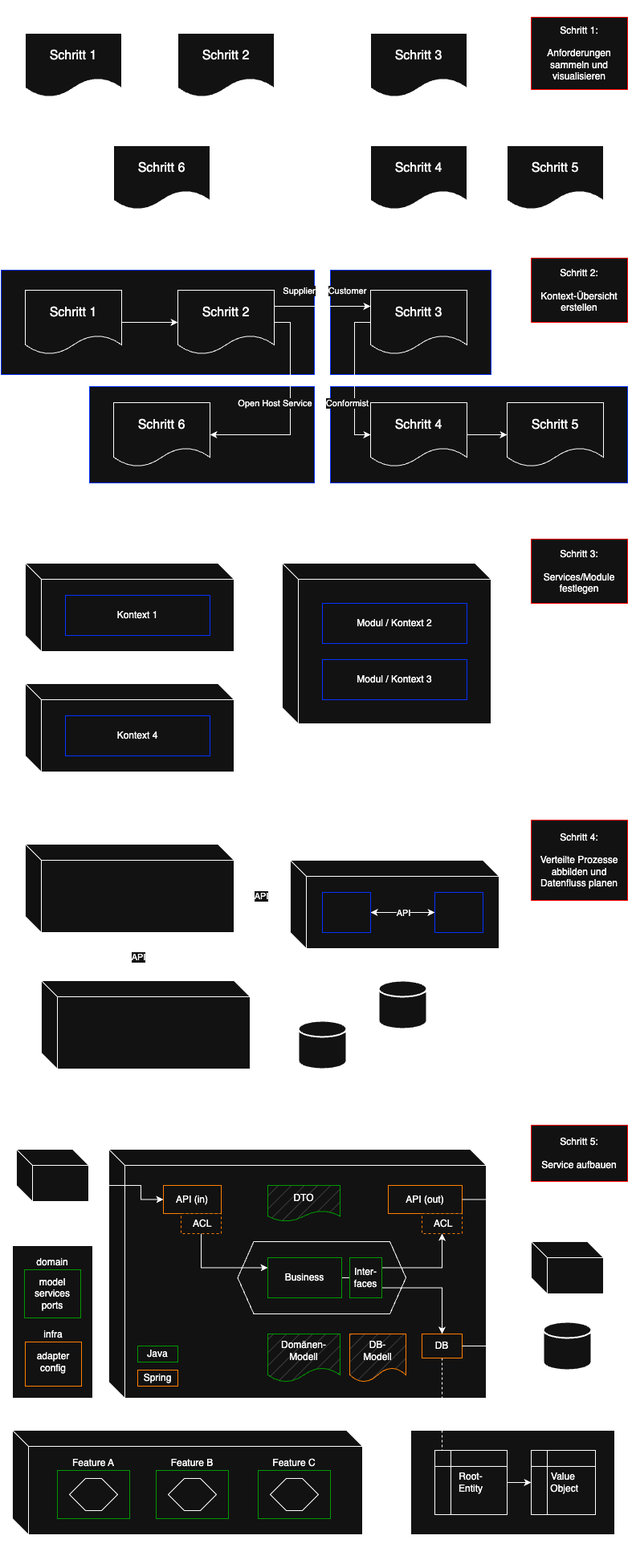
Above: images/software-architecture-guide-all-steps.drawio.png in coc-university/software-architecture-guide (draw.io), before the change. Source tidied: cells renumbered, new cells last; positions are measured from the earlier drawing's top-left corner, leaving out a move shared by most shapes.
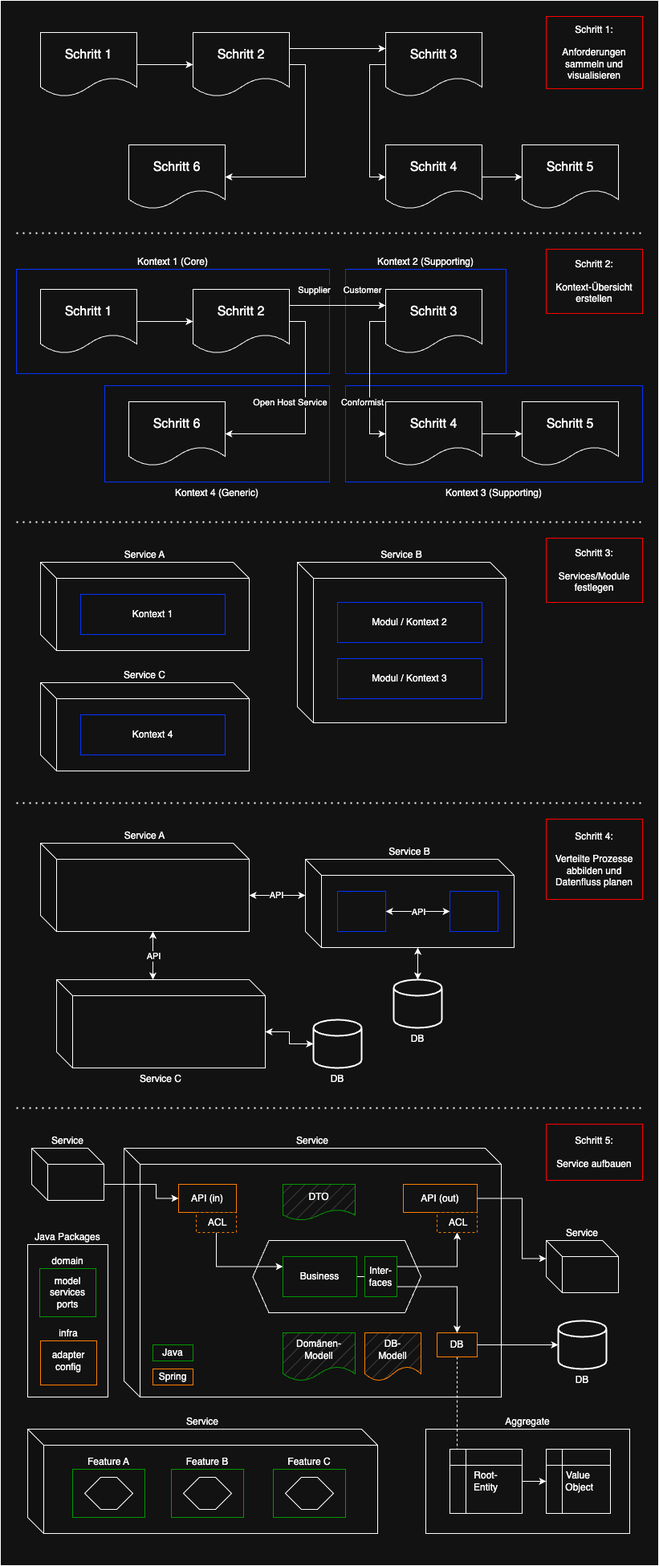
The same diagram one commit later.

What changed in the source:
```diff
@@ -2,6 +2,9 @@
   <root>
     <mxCell id="0" />
     <mxCell id="1" parent="0" />
+    <mxCell id="106" style="rounded=0;whiteSpace=wrap;html=1;" parent="1" vertex="1">
+      <mxGeometry x="-20" width="820" height="1950" as="geometry" />
+    </mxCell>
     <mxCell id="2" value="Service B" style="shape=cube;whiteSpace=wrap;html=1;boundedLbl=1;backgroundOutline=1;darkOpacity=0.05;darkOpacity2=0.1;labelPosition=center;verticalLabelPosition=top;align=center;verticalAlign=bottom;" parent="1" vertex="1">
       <mxGeometry x="350" y="700" width="260" height="200" as="geometry" />
     </mxCell>
@@ -59,12 +62,6 @@
     <mxCell id="20" value="DB" style="strokeWidth=2;html=1;shape=mxgraph.flowchart.database;whiteSpace=wrap;labelPosition=center;verticalLabelPosition=bottom;align=center;verticalAlign=top;" parent="1" vertex="1">
       <mxGeometry x="470" y="1220" width="60" height="60" as="geometry" />
     </mxCell>
-    <mxCell id="21" style="endArrow=none;dashed=1;html=1;dashPattern=1 3;strokeWidth=2;rounded=0;" parent="1" edge="1">
-      <mxGeometry relative="1" as="geometry">
-        <mxPoint as="sourcePoint" />
-        <mxPoint x="780" as="targetPoint" />
-      </mxGeometry>
-    </mxCell>
     <mxCell id="22" value="Schritt 6" style="shape=document;whiteSpace=wrap;html=1;boundedLbl=1;fontSize=16;" parent="1" vertex="1">
       <mxGeometry x="140" y="180" width="120" height="80" as="geometry" />
     </mxCell>
@@ -73,8 +70,8 @@
     </mxCell>
     <mxCell id="24" style="endArrow=none;dashed=1;html=1;dashPattern=1 3;strokeWidth=2;rounded=0;" parent="1" edge="1">
       <mxGeometry relative="1" as="geometry">
-        <mxPoint y="300" as="sourcePoint" />
-        <mxPoint x="780" y="300" as="targetPoint" />
+        <mxPoint y="290" as="sourcePoint" />
+        <mxPoint x="780" y="290" as="targetPoint" />
       </mxGeometry>
     </mxCell>
     <mxCell id="25" style="edgeStyle=orthogonalEdgeStyle;rounded=0;jettySize=auto;html=1;exitX=1;exitY=0.5;exitDx=0;exitDy=0;entryX=0;entryY=0.5;entryDx=0;entryDy=0;" parent="1" edge="1" source="26" target="32">
@@ -149,8 +146,8 @@
     </mxCell>
     <mxCell id="43" style="endArrow=none;dashed=1;html=1;dashPattern=1 3;strokeWidth=2;rounded=0;" parent="1" edge="1">
       <mxGeometry relative="1" as="geometry">
-        <mxPoint x="4" y="1000" as="sourcePoint" />
-        <mxPoint x="784" y="1000" as="targetPoint" />
+        <mxPoint y="1000" as="sourcePoint" />
+        <mxPoint x="780" y="1000" as="targetPoint" />
       </mxGeometry>
     </mxCell>
     <mxCell id="44" value="Service A" style="shape=cube;whiteSpace=wrap;html=1;boundedLbl=1;backgroundOutline=1;darkOpacity=0.05;darkOpacity2=0.1;labelPosition=center;verticalLabelPosition=top;align=center;verticalAlign=bottom;" parent="1" vertex="1">
@@ -189,7 +186,7 @@
       <mxGeometry x="660" y="20" width="120" height="90" as="geometry" />
     </mxCell>
     <mxCell id="54" value="&lt;div&gt;Schritt 2:&lt;/div&gt;&lt;div&gt;&lt;br&gt;&lt;/div&gt;Kontext-Übersicht erstellen" style="rounded=0;whiteSpace=wrap;html=1;strokeColor=#FF0000;" parent="1" vertex="1">
-      <mxGeometry x="660" y="320" width="120" height="80" as="geometry" />
+      <mxGeometry x="660" y="310" width="120" height="80" as="geometry" />
     </mxCell>
     <mxCell id="55" value="Schritt 3:&lt;div&gt;&lt;br&gt;&lt;div&gt;Services/Module&lt;div&gt;festlegen&lt;/div&gt;&lt;/div&gt;&lt;/div&gt;" style="rounded=0;whiteSpace=wrap;html=1;strokeColor=#FF0000;" parent="1" vertex="1">
       <mxGeometry x="660" y="670" width="120" height="80" as="geometry" />
@@ -342,12 +339,6 @@
     <mxCell id="99" style="shape=hexagon;perimeter=hexagonPerimeter2;whiteSpace=wrap;html=1;fixedSize=1;" parent="1" vertex="1">
       <mxGeometry x="335" y="1840" width="60" height="40" as="geometry" />
     </mxCell>
-    <mxCell id="100" style="endArrow=none;dashed=1;html=1;dashPattern=1 3;strokeWidth=2;rounded=0;" parent="1" edge="1">
-      <mxGeometry relative="1" as="geometry">
-        <mxPoint y="1950" as="sourcePoint" />
-        <mxPoint x="780" y="1950" as="targetPoint" />
-      </mxGeometry>
-    </mxCell>
     <mxCell id="101" value="Java Packages" style="rounded=0;whiteSpace=wrap;html=1;labelPosition=center;verticalLabelPosition=top;align=center;verticalAlign=bottom;" parent="1" vertex="1">
       <mxGeometry x="14" y="1550" width="100" height="190" as="geometry" />
     </mxCell>
```
